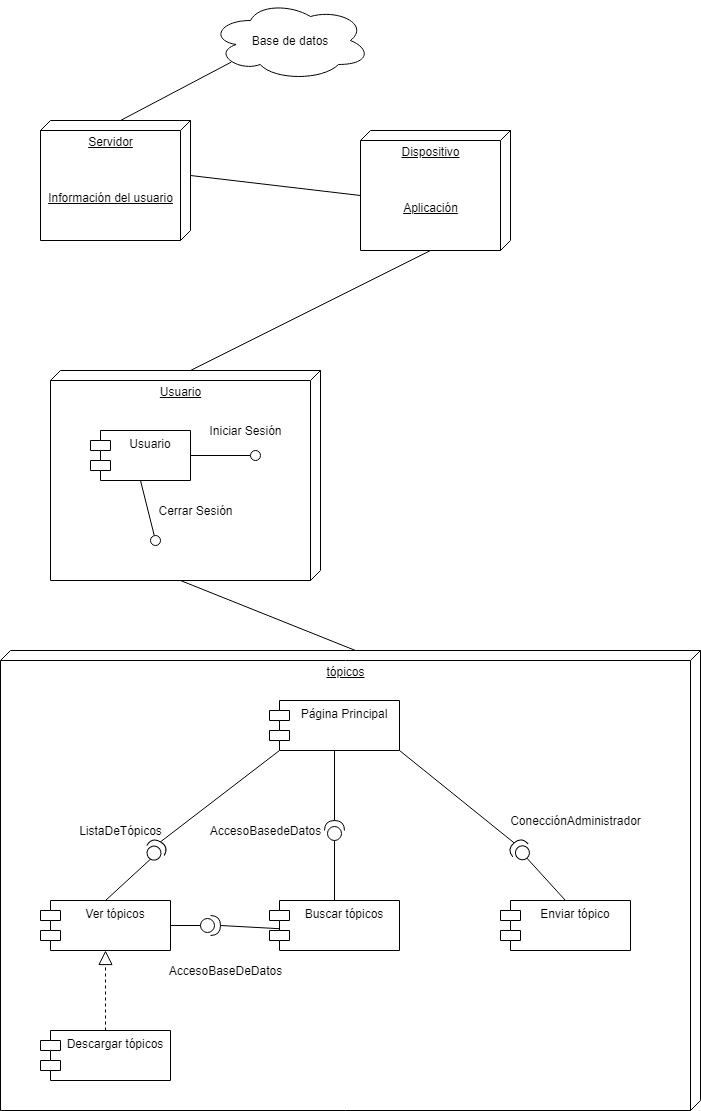
The draw.io diagram Diagramas/DiagramaDistribuucion.drawio.png in GuillermoSoria97/Analisis_Avanzado_de_Software, before a commit. Source tidied: cells renumbered, new cells last; positions are measured from the earlier drawing's top-left corner, leaving out a move shared by most shapes. Source of this version:
```xml
<mxGraphModel>
  <root>
    <mxCell id="0" />
    <mxCell id="1" parent="0" />
    <mxCell id="2" value="Base de datos" style="ellipse;shape=cloud;whiteSpace=wrap;html=1;" parent="1" vertex="1">
      <mxGeometry x="210" width="160" height="80" as="geometry" />
    </mxCell>
    <mxCell id="3" value="Servidor&lt;br&gt;&lt;br&gt;&lt;br&gt;&lt;br&gt;Información del usuario" style="verticalAlign=top;align=center;spacingTop=8;spacingLeft=2;spacingRight=12;shape=cube;size=10;direction=south;fontStyle=4;html=1;" parent="1" vertex="1">
      <mxGeometry x="40" y="120" width="150" height="120" as="geometry" />
    </mxCell>
    <mxCell id="4" value="Dispositivo&lt;br&gt;&lt;br&gt;&lt;br&gt;&lt;br&gt;Aplicación" style="verticalAlign=top;align=center;spacingTop=8;spacingLeft=2;spacingRight=12;shape=cube;size=10;direction=south;fontStyle=4;html=1;" parent="1" vertex="1">
      <mxGeometry x="360" y="130" width="150" height="120" as="geometry" />
    </mxCell>
    <mxCell id="5" value="Usuario" style="verticalAlign=top;align=center;spacingTop=8;spacingLeft=2;spacingRight=12;shape=cube;size=10;direction=south;fontStyle=4;html=1;" parent="1" vertex="1">
      <mxGeometry x="50" y="370" width="270" height="210" as="geometry" />
    </mxCell>
    <mxCell id="6" value="Usuario" style="shape=module;align=left;spacingLeft=20;align=center;verticalAlign=top;" parent="1" vertex="1">
      <mxGeometry x="90" y="430" width="100" height="50" as="geometry" />
    </mxCell>
    <mxCell id="7" style="rounded=0;jettySize=auto;html=1;endArrow=none;endFill=0;exitX=0.5;exitY=1;exitDx=0;exitDy=0;" parent="1" edge="1" source="6" target="8">
      <mxGeometry relative="1" as="geometry" />
    </mxCell>
    <mxCell id="8" style="ellipse;whiteSpace=wrap;html=1;fontFamily=Helvetica;fontSize=12;fontColor=#000000;align=center;strokeColor=#000000;fillColor=#ffffff;points=[];" parent="1" vertex="1">
      <mxGeometry x="150" y="535" width="10" height="10" as="geometry" />
    </mxCell>
    <mxCell id="9" value="Cerrar Sesión" style="text;html=1;align=center;verticalAlign=middle;" parent="1" vertex="1">
      <mxGeometry x="150" y="500" width="90" height="20" as="geometry" />
    </mxCell>
    <mxCell id="10" style="rounded=0;jettySize=auto;html=1;endArrow=none;endFill=0;exitX=1;exitY=0.5;exitDx=0;exitDy=0;" parent="1" edge="1" source="6" target="11">
      <mxGeometry relative="1" as="geometry" />
    </mxCell>
    <mxCell id="11" style="ellipse;whiteSpace=wrap;html=1;fontFamily=Helvetica;fontSize=12;fontColor=#000000;align=center;strokeColor=#000000;fillColor=#ffffff;points=[];" parent="1" vertex="1">
      <mxGeometry x="250" y="450" width="10" height="10" as="geometry" />
    </mxCell>
    <mxCell id="12" value="Iniciar Sesión" style="text;html=1;align=center;verticalAlign=middle;" parent="1" vertex="1">
      <mxGeometry x="200" y="420" width="90" height="20" as="geometry" />
    </mxCell>
    <mxCell id="13" value="tópicos" style="verticalAlign=top;align=center;spacingTop=8;spacingLeft=2;spacingRight=12;shape=cube;size=10;direction=south;fontStyle=4;html=1;" parent="1" vertex="1">
      <mxGeometry y="650" width="700" height="460" as="geometry" />
    </mxCell>
    <mxCell id="14" value="Página Principal" style="shape=module;align=left;spacingLeft=20;align=center;verticalAlign=top;" parent="1" vertex="1">
      <mxGeometry x="269" y="700" width="130" height="50" as="geometry" />
    </mxCell>
    <mxCell id="15" value="Buscar tópicos" style="shape=module;align=left;spacingLeft=20;align=center;verticalAlign=top;" parent="1" vertex="1">
      <mxGeometry x="269" y="900" width="130" height="50" as="geometry" />
    </mxCell>
    <mxCell id="16" value="Enviar tópico" style="shape=module;align=left;spacingLeft=20;align=center;verticalAlign=top;" parent="1" vertex="1">
      <mxGeometry x="500" y="900" width="130" height="50" as="geometry" />
    </mxCell>
    <mxCell id="17" value="Descargar tópicos" style="shape=module;align=left;spacingLeft=20;align=center;verticalAlign=top;" parent="1" vertex="1">
      <mxGeometry x="40" y="1030" width="130" height="50" as="geometry" />
    </mxCell>
    <mxCell id="18" value="Ver tópicos" style="shape=module;align=left;spacingLeft=20;align=center;verticalAlign=top;" parent="1" vertex="1">
      <mxGeometry x="40" y="900" width="130" height="50" as="geometry" />
    </mxCell>
    <mxCell id="19" style="endArrow=block;dashed=1;endFill=0;endSize=12;html=1;exitX=0.5;exitY=0;exitDx=0;exitDy=0;entryX=0.5;entryY=1;entryDx=0;entryDy=0;" parent="1" edge="1" source="17" target="18">
      <mxGeometry relative="1" as="geometry" />
    </mxCell>
    <mxCell id="20" style="shape=providedRequiredInterface;html=1;verticalLabelPosition=bottom;rotation=-60;" parent="1" vertex="1">
      <mxGeometry x="145" y="840" width="20" height="20" as="geometry" />
    </mxCell>
    <mxCell id="21" style="shape=providedRequiredInterface;html=1;verticalLabelPosition=bottom;rotation=-90;" parent="1" vertex="1">
      <mxGeometry x="324" y="820" width="20" height="20" as="geometry" />
    </mxCell>
    <mxCell id="22" style="shape=providedRequiredInterface;html=1;verticalLabelPosition=bottom;rotation=-130;" parent="1" vertex="1">
      <mxGeometry x="510" y="840" width="20" height="20" as="geometry" />
    </mxCell>
    <mxCell id="23" style="endArrow=none;html=1;entryX=0;entryY=1;entryDx=10;entryDy=0;entryPerimeter=0;exitX=1;exitY=0.5;exitDx=0;exitDy=0;exitPerimeter=0;" parent="1" edge="1" source="20" target="14">
      <mxGeometry relative="1" as="geometry" />
    </mxCell>
    <mxCell id="24" style="endArrow=none;html=1;entryX=0;entryY=0.5;entryDx=0;entryDy=0;entryPerimeter=0;exitX=0.5;exitY=0;exitDx=0;exitDy=0;" parent="1" edge="1" source="18" target="20">
      <mxGeometry relative="1" as="geometry" />
    </mxCell>
    <mxCell id="25" style="endArrow=none;html=1;entryX=0.5;entryY=1;entryDx=0;entryDy=0;exitX=1;exitY=0.5;exitDx=0;exitDy=0;exitPerimeter=0;" parent="1" edge="1" source="21" target="14">
      <mxGeometry relative="1" as="geometry" />
    </mxCell>
    <mxCell id="26" style="endArrow=none;html=1;entryX=0;entryY=0.5;entryDx=0;entryDy=0;entryPerimeter=0;exitX=0.5;exitY=0;exitDx=0;exitDy=0;" parent="1" edge="1" source="15" target="21">
      <mxGeometry relative="1" as="geometry" />
    </mxCell>
    <mxCell id="27" style="endArrow=none;html=1;entryX=1;entryY=1;entryDx=0;entryDy=0;exitX=1;exitY=0.5;exitDx=0;exitDy=0;exitPerimeter=0;" parent="1" edge="1" source="22" target="14">
      <mxGeometry relative="1" as="geometry" />
    </mxCell>
    <mxCell id="28" style="endArrow=none;html=1;entryX=0;entryY=0.5;entryDx=0;entryDy=0;entryPerimeter=0;exitX=0.5;exitY=0;exitDx=0;exitDy=0;" parent="1" edge="1" source="16" target="22">
      <mxGeometry relative="1" as="geometry" />
    </mxCell>
    <mxCell id="29" style="shape=providedRequiredInterface;html=1;verticalLabelPosition=bottom;rotation=0;" parent="1" vertex="1">
      <mxGeometry x="200" y="915" width="20" height="20" as="geometry" />
    </mxCell>
    <mxCell id="30" style="endArrow=none;html=1;entryX=0.075;entryY=0.564;entryDx=0;entryDy=0;entryPerimeter=0;exitX=1;exitY=0.5;exitDx=0;exitDy=0;exitPerimeter=0;" parent="1" edge="1" source="29" target="15">
      <mxGeometry relative="1" as="geometry" />
    </mxCell>
    <mxCell id="31" style="endArrow=none;html=1;entryX=0;entryY=0.5;entryDx=0;entryDy=0;entryPerimeter=0;exitX=1;exitY=0.5;exitDx=0;exitDy=0;" parent="1" edge="1" source="18" target="29">
      <mxGeometry relative="1" as="geometry" />
    </mxCell>
    <mxCell id="32" value="AccesoBaseDeDatos" style="text;html=1;align=center;verticalAlign=middle;" parent="1" vertex="1">
      <mxGeometry x="160" y="960" width="130" height="20" as="geometry" />
    </mxCell>
    <mxCell id="33" style="endArrow=none;html=1;entryX=0.13;entryY=0.77;entryDx=0;entryDy=0;entryPerimeter=0;exitX=0;exitY=0;exitDx=0;exitDy=70;exitPerimeter=0;" parent="1" edge="1" source="3" target="2">
      <mxGeometry relative="1" as="geometry" />
    </mxCell>
    <mxCell id="34" style="endArrow=none;html=1;entryX=0;entryY=0;entryDx=120;entryDy=80;entryPerimeter=0;exitX=0;exitY=0;exitDx=0;exitDy=130;exitPerimeter=0;" parent="1" edge="1" source="5" target="4">
      <mxGeometry relative="1" as="geometry" />
    </mxCell>
    <mxCell id="35" style="endArrow=none;html=1;entryX=0;entryY=0;entryDx=55;entryDy=0;entryPerimeter=0;exitX=0;exitY=0;exitDx=65;exitDy=150;exitPerimeter=0;" parent="1" edge="1" source="4" target="3">
      <mxGeometry relative="1" as="geometry" />
    </mxCell>
    <mxCell id="36" style="endArrow=none;html=1;entryX=0;entryY=0;entryDx=210;entryDy=140;entryPerimeter=0;exitX=0;exitY=0;exitDx=0;exitDy=345;exitPerimeter=0;" parent="1" edge="1" source="13" target="5">
      <mxGeometry relative="1" as="geometry" />
    </mxCell>
    <mxCell id="37" value="ListaDeTópicos" style="text;html=1;align=center;verticalAlign=middle;" parent="1" vertex="1">
      <mxGeometry x="70" y="820" width="100" height="20" as="geometry" />
    </mxCell>
    <mxCell id="38" value="AccesoBasedeDatos" style="text;html=1;align=center;verticalAlign=middle;" parent="1" vertex="1">
      <mxGeometry x="200" y="820" width="130" height="20" as="geometry" />
    </mxCell>
    <mxCell id="39" value="ConecciónAdministrador" style="text;html=1;align=center;verticalAlign=middle;" parent="1" vertex="1">
      <mxGeometry x="500" y="810" width="150" height="20" as="geometry" />
    </mxCell>
  </root>
</mxGraphModel>
```
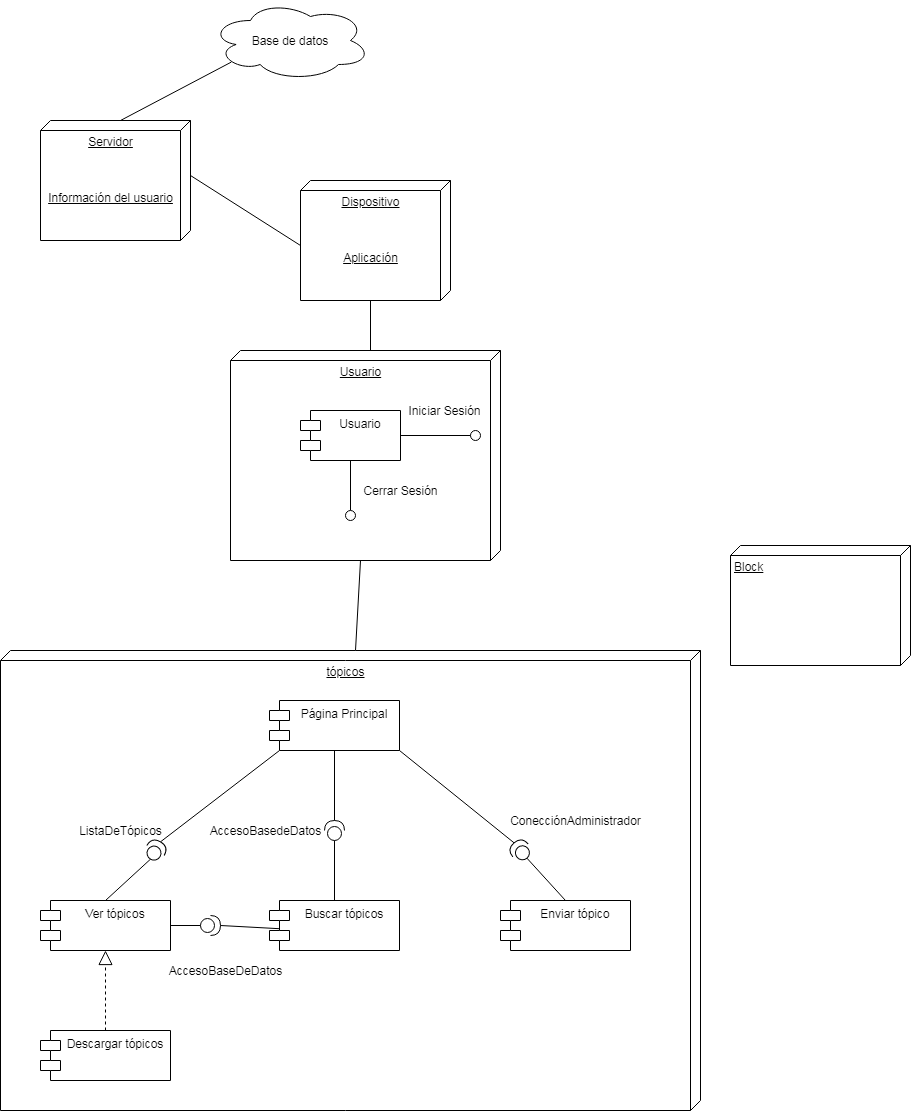
The same diagram one commit later.

Change to the diagram source:
```diff
@@ -9,31 +9,31 @@
       <mxGeometry x="40" y="120" width="150" height="120" as="geometry" />
     </mxCell>
     <mxCell id="4" value="Dispositivo&lt;br&gt;&lt;br&gt;&lt;br&gt;&lt;br&gt;Aplicación" style="verticalAlign=top;align=center;spacingTop=8;spacingLeft=2;spacingRight=12;shape=cube;size=10;direction=south;fontStyle=4;html=1;" parent="1" vertex="1">
-      <mxGeometry x="360" y="130" width="150" height="120" as="geometry" />
+      <mxGeometry x="300" y="180" width="150" height="120" as="geometry" />
     </mxCell>
     <mxCell id="5" value="Usuario" style="verticalAlign=top;align=center;spacingTop=8;spacingLeft=2;spacingRight=12;shape=cube;size=10;direction=south;fontStyle=4;html=1;" parent="1" vertex="1">
-      <mxGeometry x="50" y="370" width="270" height="210" as="geometry" />
+      <mxGeometry x="230" y="350" width="270" height="210" as="geometry" />
     </mxCell>
     <mxCell id="6" value="Usuario" style="shape=module;align=left;spacingLeft=20;align=center;verticalAlign=top;" parent="1" vertex="1">
-      <mxGeometry x="90" y="430" width="100" height="50" as="geometry" />
+      <mxGeometry x="300" y="410" width="100" height="50" as="geometry" />
     </mxCell>
     <mxCell id="7" style="rounded=0;jettySize=auto;html=1;endArrow=none;endFill=0;exitX=0.5;exitY=1;exitDx=0;exitDy=0;" parent="1" edge="1" source="6" target="8">
       <mxGeometry relative="1" as="geometry" />
     </mxCell>
     <mxCell id="8" style="ellipse;whiteSpace=wrap;html=1;fontFamily=Helvetica;fontSize=12;fontColor=#000000;align=center;strokeColor=#000000;fillColor=#ffffff;points=[];" parent="1" vertex="1">
-      <mxGeometry x="150" y="535" width="10" height="10" as="geometry" />
+      <mxGeometry x="345" y="510" width="10" height="10" as="geometry" />
     </mxCell>
     <mxCell id="9" value="Cerrar Sesión" style="text;html=1;align=center;verticalAlign=middle;" parent="1" vertex="1">
-      <mxGeometry x="150" y="500" width="90" height="20" as="geometry" />
+      <mxGeometry x="355" y="480" width="90" height="20" as="geometry" />
     </mxCell>
-    <mxCell id="10" style="rounded=0;jettySize=auto;html=1;endArrow=none;endFill=0;exitX=1;exitY=0.5;exitDx=0;exitDy=0;" parent="1" edge="1" source="6" target="11">
+    <mxCell id="10" style="rounded=0;jettySize=auto;html=1;endArrow=none;endFill=0;exitX=1;exitY=0.5;exitDx=0;exitDy=0;entryX=0.2;entryY=0.5;entryDx=0;entryDy=0;entryPerimeter=0;" parent="1" edge="1" source="6" target="11">
       <mxGeometry relative="1" as="geometry" />
     </mxCell>
     <mxCell id="11" style="ellipse;whiteSpace=wrap;html=1;fontFamily=Helvetica;fontSize=12;fontColor=#000000;align=center;strokeColor=#000000;fillColor=#ffffff;points=[];" parent="1" vertex="1">
-      <mxGeometry x="250" y="450" width="10" height="10" as="geometry" />
+      <mxGeometry x="470" y="430" width="10" height="10" as="geometry" />
     </mxCell>
     <mxCell id="12" value="Iniciar Sesión" style="text;html=1;align=center;verticalAlign=middle;" parent="1" vertex="1">
-      <mxGeometry x="200" y="420" width="90" height="20" as="geometry" />
+      <mxGeometry x="399" y="400" width="90" height="20" as="geometry" />
     </mxCell>
     <mxCell id="13" value="tópicos" style="verticalAlign=top;align=center;spacingTop=8;spacingLeft=2;spacingRight=12;shape=cube;size=10;direction=south;fontStyle=4;html=1;" parent="1" vertex="1">
       <mxGeometry y="650" width="700" height="460" as="geometry" />
@@ -116,5 +116,8 @@
     <mxCell id="39" value="ConecciónAdministrador" style="text;html=1;align=center;verticalAlign=middle;" parent="1" vertex="1">
       <mxGeometry x="500" y="810" width="150" height="20" as="geometry" />
     </mxCell>
+    <mxCell id="40" value="Block" style="verticalAlign=top;align=left;spacingTop=8;spacingLeft=2;spacingRight=12;shape=cube;size=10;direction=south;fontStyle=4;html=1;" parent="1" vertex="1">
+      <mxGeometry x="730" y="545" width="180" height="120" as="geometry" />
+    </mxCell>
   </root>
 </mxGraphModel>
```
